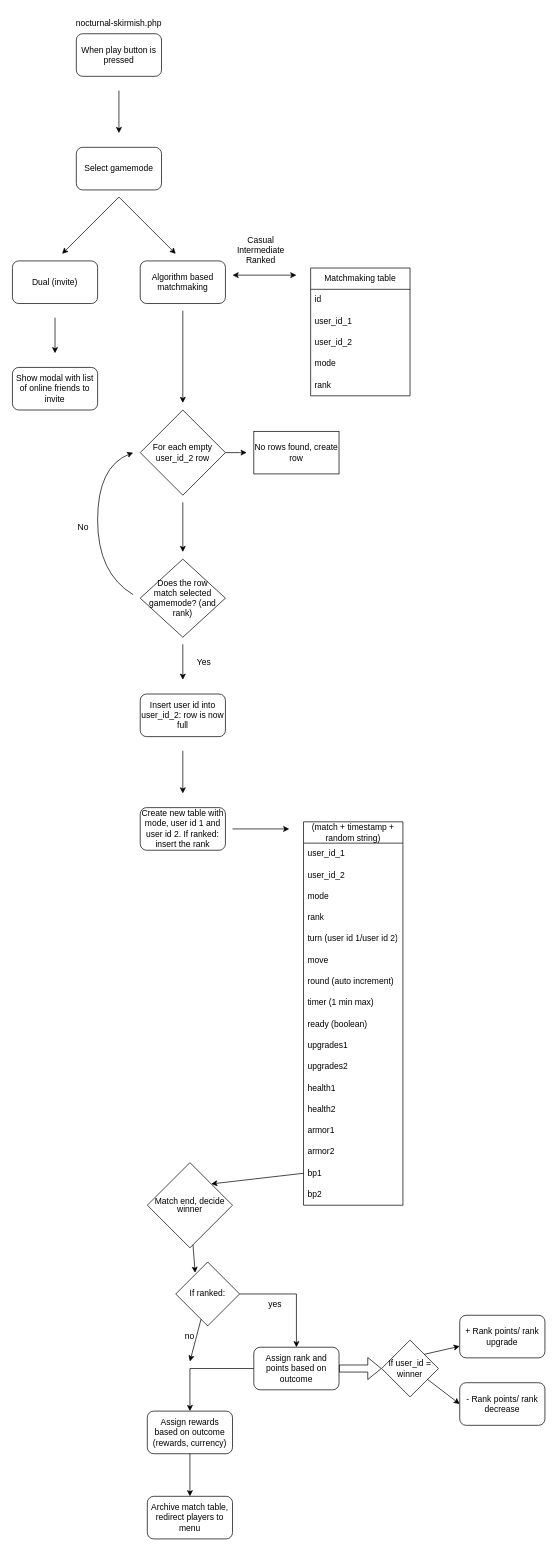
Before: design_prototypes/flowcharts/gameflow.drawio in Nocturnal-Skirmish/Nocturnal-Skirmish-GameHub, a draw.io diagram. Source tidied: cells renumbered, new cells numbered last; positions are measured from the earlier drawing's top-left corner, leaving out a move shared by most shapes. Both pictures are drawn from the tidied source at 71%, with x=0, y=0 at pixel (12, 12).
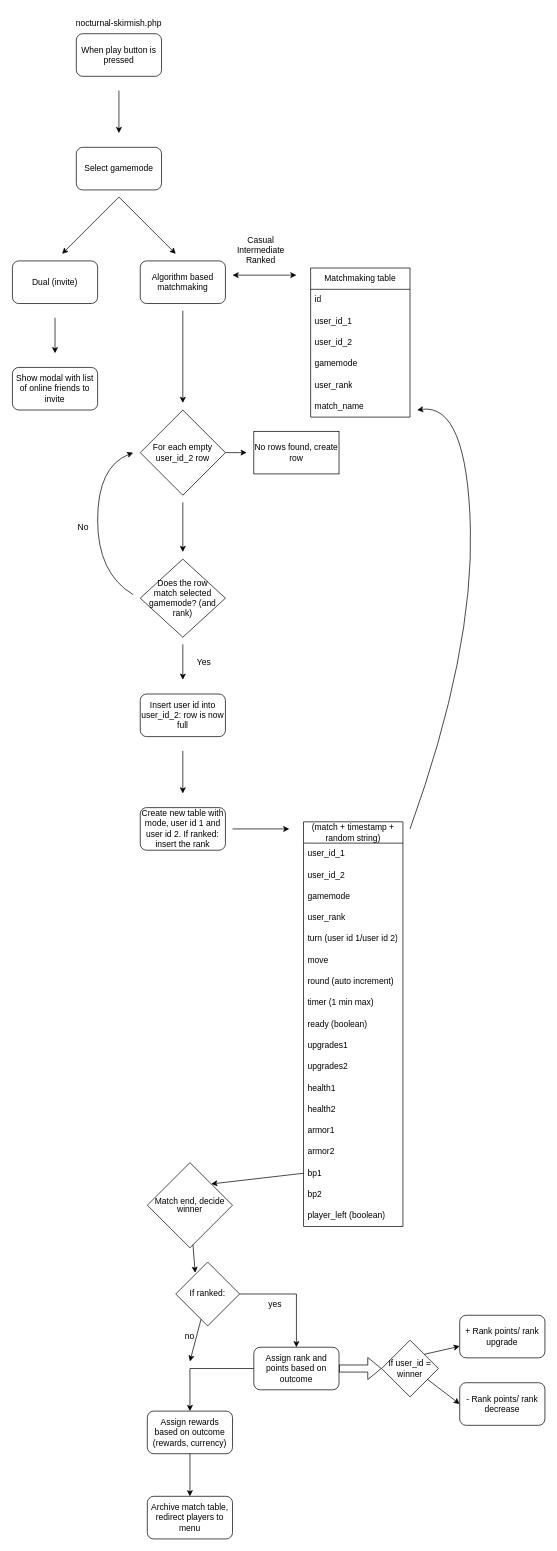
Above is the later version.

Change to the diagram source:
```diff
@@
     <mxCell id="10" value="Matchmaking table" style="swimlane;fontStyle=0;horizontal=1;startSize=30;whiteSpace=wrap;html=1;" parent="1" vertex="1">
-      <mxGeometry x="420" y="360" width="140" height="180" as="geometry" />
+      <mxGeometry x="420" y="360" width="140" height="210" as="geometry" />
     </mxCell>
@@
-    <mxCell id="14" value="mode" style="text;strokeColor=none;fillColor=none;align=left;verticalAlign=middle;spacingLeft=4;spacingRight=4;overflow=hidden;whiteSpace=wrap;html=1;" parent="10" vertex="1">
+    <mxCell id="14" value="gamemode" style="text;strokeColor=none;fillColor=none;align=left;verticalAlign=middle;spacingLeft=4;spacingRight=4;overflow=hidden;whiteSpace=wrap;html=1;" parent="10" vertex="1">
       <mxGeometry y="120" width="140" height="30" as="geometry" />
     </mxCell>
-    <mxCell id="15" value="rank" style="text;strokeColor=none;fillColor=none;align=left;verticalAlign=middle;spacingLeft=4;spacingRight=4;overflow=hidden;whiteSpace=wrap;html=1;" parent="10" vertex="1">
+    <mxCell id="15" value="user_rank" style="text;strokeColor=none;fillColor=none;align=left;verticalAlign=middle;spacingLeft=4;spacingRight=4;overflow=hidden;whiteSpace=wrap;html=1;" parent="10" vertex="1">
       <mxGeometry y="150" width="140" height="30" as="geometry" />
     </mxCell>
+    <mxCell id="71" value="match_name" style="text;strokeColor=none;fillColor=none;align=left;verticalAlign=middle;spacingLeft=4;spacingRight=4;overflow=hidden;whiteSpace=wrap;html=1;" parent="10" vertex="1">
+      <mxGeometry y="180" width="140" height="30" as="geometry" />
+    </mxCell>
@@
     <mxCell id="32" value="(match + timestamp + random string)" style="swimlane;fontStyle=0;horizontal=1;startSize=30;whiteSpace=wrap;html=1;" parent="1" vertex="1">
-      <mxGeometry x="410" y="1140" width="140" height="540" as="geometry" />
+      <mxGeometry x="410" y="1140" width="140" height="570" as="geometry" />
     </mxCell>
@@
-    <mxCell id="35" value="mode" style="text;strokeColor=none;fillColor=none;align=left;verticalAlign=middle;spacingLeft=4;spacingRight=4;overflow=hidden;whiteSpace=wrap;html=1;" parent="32" vertex="1">
+    <mxCell id="35" value="gamemode" style="text;strokeColor=none;fillColor=none;align=left;verticalAlign=middle;spacingLeft=4;spacingRight=4;overflow=hidden;whiteSpace=wrap;html=1;" parent="32" vertex="1">
       <mxGeometry y="90" width="140" height="30" as="geometry" />
     </mxCell>
-    <mxCell id="36" value="rank" style="text;strokeColor=none;fillColor=none;align=left;verticalAlign=middle;spacingLeft=4;spacingRight=4;overflow=hidden;whiteSpace=wrap;html=1;" parent="32" vertex="1">
+    <mxCell id="36" value="user_rank" style="text;strokeColor=none;fillColor=none;align=left;verticalAlign=middle;spacingLeft=4;spacingRight=4;overflow=hidden;whiteSpace=wrap;html=1;" parent="32" vertex="1">
       <mxGeometry y="120" width="140" height="30" as="geometry" />
     </mxCell>
@@
+    <mxCell id="72" value="player_left (boolean)" style="text;strokeColor=none;fillColor=none;align=left;verticalAlign=middle;spacingLeft=4;spacingRight=4;overflow=hidden;whiteSpace=wrap;html=1;" parent="32" vertex="1">
+      <mxGeometry y="540" width="140" height="30" as="geometry" />
+    </mxCell>
@@
+    <mxCell id="73" style="curved=1;endArrow=classic;html=1;rounded=0;" parent="1" edge="1">
+      <mxGeometry relative="1" as="geometry">
+        <mxPoint x="560" y="1150" as="sourcePoint" />
+        <mxPoint x="570" y="560" as="targetPoint" />
+        <Array as="points">
+          <mxPoint x="650" y="900" />
+          <mxPoint x="640" y="550" />
+        </Array>
+      </mxGeometry>
+    </mxCell>
```
